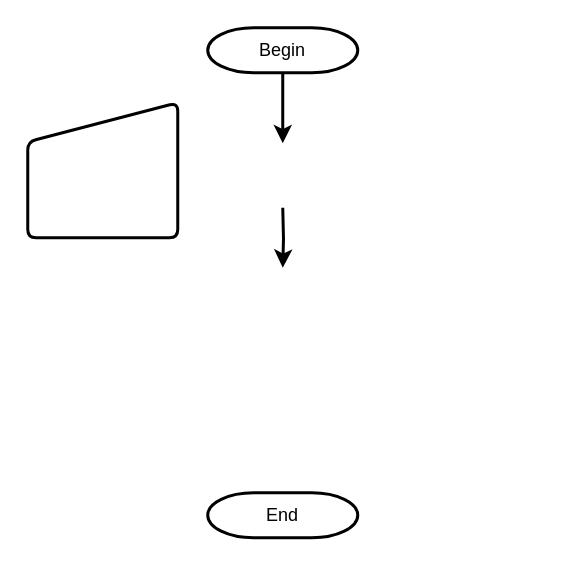
Earlier version of the draw.io diagram Untitled Diagram.drawio (Anirach/INE-Python). Source tidied: cells renumbered, new cells numbered last; positions are measured from the earlier drawing's top-left corner, leaving out a move shared by most shapes. Both pictures are drawn from the tidied source at 150%, with x=0, y=0 at pixel (27, 27).
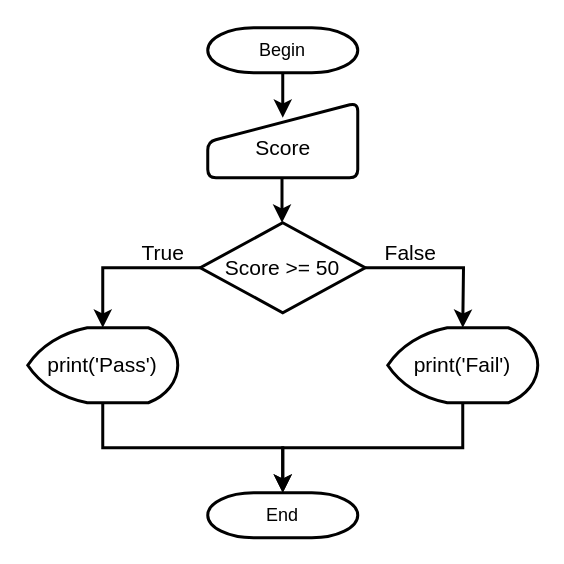
Above is the later version.

Commit message:
Complete the flow

The change refers to these unchanged cells:
```xml
<mxCell id="3" value="Begin" style="strokeWidth=2;html=1;shape=mxgraph.flowchart.terminator;whiteSpace=wrap;" parent="1" vertex="1">
  <mxGeometry x="120" width="100" height="30" as="geometry" />
</mxCell>
<mxCell id="4" value="End" style="strokeWidth=2;html=1;shape=mxgraph.flowchart.terminator;whiteSpace=wrap;" parent="1" vertex="1">
  <mxGeometry x="120" y="310" width="100" height="30" as="geometry" />
</mxCell>
```

What changed in the source:
```diff
@@
-    <mxCell id="2" style="edgeStyle=orthogonalEdgeStyle;rounded=0;jettySize=auto;html=1;entryX=0.5;entryY=0.28;entryDx=0;entryDy=0;entryPerimeter=0;strokeWidth=2;" parent="1" edge="1" source="3">
+    <mxCell id="2" style="edgeStyle=orthogonalEdgeStyle;rounded=0;jettySize=auto;html=1;strokeWidth=2;" parent="1" edge="1" source="3">
       <mxGeometry relative="1" as="geometry">
-        <mxPoint x="170" y="77" as="targetPoint" />
+        <mxPoint x="170" y="60" as="targetPoint" />
       </mxGeometry>
     </mxCell>
@@
-    <mxCell id="5" style="edgeStyle=orthogonalEdgeStyle;rounded=0;orthogonalLoop=1;jettySize=auto;html=1;strokeWidth=2;" parent="1" edge="1">
-      <mxGeometry relative="1" as="geometry">
-        <mxPoint x="170" y="120" as="sourcePoint" />
-        <mxPoint x="170" y="160" as="targetPoint" />
-      </mxGeometry>
-    </mxCell>
-    <mxCell id="6" style="verticalLabelPosition=bottom;verticalAlign=top;html=1;strokeWidth=2;shape=manualInput;whiteSpace=wrap;rounded=1;size=26;arcSize=11;" parent="1" vertex="1">
-      <mxGeometry y="50" width="100" height="90" as="geometry" />
-    </mxCell>
+    <mxCell id="7" style="edgeStyle=orthogonalEdgeStyle;rounded=0;jettySize=auto;html=1;strokeWidth=2;fontSize=14;" parent="1" edge="1" source="8">
+      <mxGeometry relative="1" as="geometry">
+        <mxPoint x="290" y="200" as="targetPoint" />
+      </mxGeometry>
+    </mxCell>
+    <mxCell id="8" value="Score &amp;gt;= 50" style="strokeWidth=2;html=1;shape=mxgraph.flowchart.decision;whiteSpace=wrap;fontSize=14;" parent="1" vertex="1">
+      <mxGeometry x="115" y="130" width="110" height="60" as="geometry" />
+    </mxCell>
+    <mxCell id="9" style="edgeStyle=orthogonalEdgeStyle;rounded=0;jettySize=auto;html=1;strokeWidth=2;fontSize=14;exitX=0;exitY=0.5;exitDx=0;exitDy=0;exitPerimeter=0;" parent="1" edge="1" source="8">
+      <mxGeometry relative="1" as="geometry">
+        <mxPoint x="50" y="200" as="targetPoint" />
+        <Array as="points">
+          <mxPoint x="50" y="160" />
+          <mxPoint x="50" y="170" />
+        </Array>
+      </mxGeometry>
+    </mxCell>
+    <mxCell id="10" style="verticalLabelPosition=bottom;verticalAlign=top;html=1;strokeWidth=2;shape=manualInput;whiteSpace=wrap;rounded=1;size=26;arcSize=11;fontSize=14;" parent="1" vertex="1">
+      <mxGeometry x="120" y="50" width="100" height="50" as="geometry" />
+    </mxCell>
+    <mxCell id="11" style="edgeStyle=orthogonalEdgeStyle;rounded=0;orthogonalLoop=1;jettySize=auto;html=1;strokeWidth=2;" parent="1" edge="1">
+      <mxGeometry relative="1" as="geometry">
+        <mxPoint x="169.5" y="100" as="sourcePoint" />
+        <mxPoint x="169.5" y="130" as="targetPoint" />
+      </mxGeometry>
+    </mxCell>
+    <mxCell id="12" style="edgeStyle=orthogonalEdgeStyle;rounded=0;jettySize=auto;html=1;strokeWidth=2;fontSize=14;" parent="1" edge="1" source="13">
+      <mxGeometry relative="1" as="geometry">
+        <mxPoint x="170" y="310" as="targetPoint" />
+        <Array as="points">
+          <mxPoint x="50" y="280" />
+          <mxPoint x="170" y="280" />
+        </Array>
+      </mxGeometry>
+    </mxCell>
+    <mxCell id="13" value="print('Pass')" style="strokeWidth=2;html=1;shape=mxgraph.flowchart.display;whiteSpace=wrap;fontSize=14;" parent="1" vertex="1">
+      <mxGeometry y="200" width="100" height="50" as="geometry" />
+    </mxCell>
+    <mxCell id="14" style="edgeStyle=orthogonalEdgeStyle;rounded=0;jettySize=auto;html=1;strokeWidth=2;fontSize=14;" parent="1" edge="1" source="15" target="4">
+      <mxGeometry relative="1" as="geometry">
+        <Array as="points">
+          <mxPoint x="290" y="280" />
+          <mxPoint x="170" y="280" />
+        </Array>
+      </mxGeometry>
+    </mxCell>
+    <mxCell id="15" value="print('Fail')" style="strokeWidth=2;html=1;shape=mxgraph.flowchart.display;whiteSpace=wrap;fontSize=14;" parent="1" vertex="1">
+      <mxGeometry x="240" y="200" width="100" height="50" as="geometry" />
+    </mxCell>
+    <mxCell id="16" value="True" style="text;html=1;align=center;verticalAlign=middle;fillColor=none;strokeColor=none;rounded=0;fontSize=14;" parent="1" vertex="1">
+      <mxGeometry x="70" y="140" width="40" height="20" as="geometry" />
+    </mxCell>
+    <mxCell id="17" value="False" style="text;html=1;align=center;verticalAlign=middle;fillColor=none;strokeColor=none;rounded=0;fontSize=14;" parent="1" vertex="1">
+      <mxGeometry x="230" y="140" width="50" height="20" as="geometry" />
+    </mxCell>
+    <mxCell id="18" value="Score" style="text;html=1;align=center;verticalAlign=middle;fillColor=none;strokeColor=none;rounded=0;fontSize=14;" parent="1" vertex="1">
+      <mxGeometry x="145" y="70" width="50" height="20" as="geometry" />
+    </mxCell>
```
